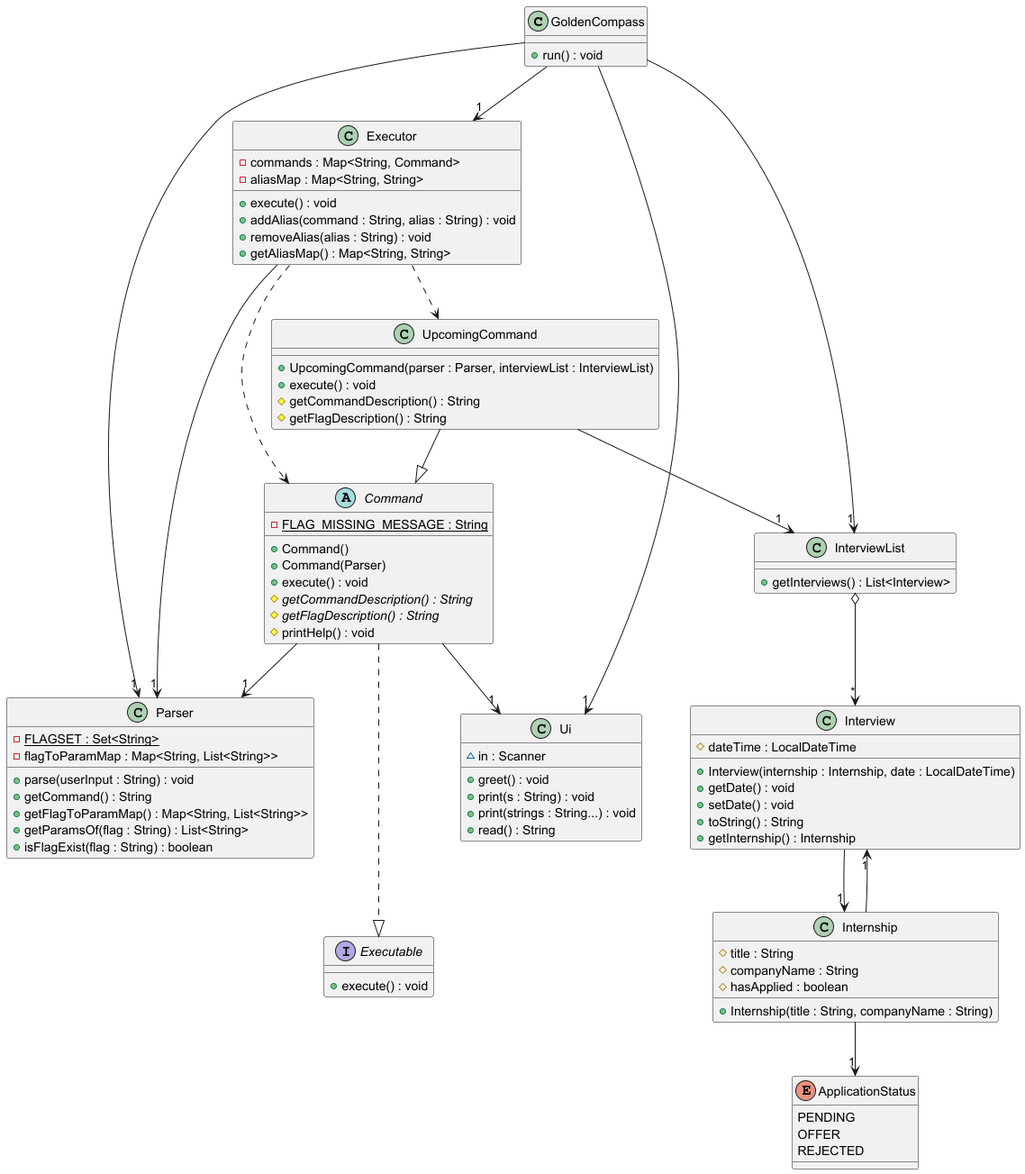
The PlantUML diagram docs/diagrams/UpcomingCommandClassDiagram.png in Yian123330/tp, before a commit. Its diagram source:
```plantuml
@startuml

class GoldenCompass {
    + run() : void
}

class Executor {
    - commands : Map<String, Command>
    - aliasMap : Map<String, String>
    + execute() : void
    + addAlias(command : String, alias : String) : void
    + removeAlias(alias : String) : void
    + getAliasMap() : Map<String, String>
}

interface Executable {
    + execute() : void
}

abstract class Command {
    - <u>FLAG_MISSING_MESSAGE : String
    + Command()
    + Command(Parser)
    + execute() : void
    # getCommandDescription() : String {abstract}
    # getFlagDescription() : String {abstract}
    # printHelp() : void
}

class UpcomingCommand {
    + UpcomingCommand(parser : Parser, interviewList : InterviewList)
    + execute() : void
    # getCommandDescription() : String
    # getFlagDescription() : String
}

class InterviewList {
    + getInterviews() : List<Interview>
}

class Interview {
    # dateTime : LocalDateTime
    + Interview(internship : Internship, date : LocalDateTime)
    + getDate() : void
    + setDate() : void
    + toString() : String
    + getInternship() : Internship
}

class Internship {
    # title : String
    # companyName : String
    # hasApplied : boolean
    + Internship(title : String, companyName : String)
}

enum ApplicationStatus {
    PENDING
    OFFER
    REJECTED
}

class Ui {
    ~ in : Scanner
    + greet() : void
    + print(s : String) : void
    + print(strings : String...) : void
    + read() : String
}

class Parser {
    - <u>FLAGSET : Set<String>
    - flagToParamMap : Map<String, List<String>>
    + parse(userInput : String) : void
    + getCommand() : String
    + getFlagToParamMap() : Map<String, List<String>>
    + getParamsOf(flag : String) : List<String>
    + isFlagExist(flag : String) : boolean
}

GoldenCompass --> "1" Executor
GoldenCompass --> "1" InterviewList
GoldenCompass --> "1" Ui
GoldenCompass --> "1" Parser

Interview --> "1" Internship

Internship --> "1" Interview
Internship --> "1" ApplicationStatus

Executor -.> Command
Executor -.> UpcomingCommand
Executor --> "1" Parser

Command --.|> Executable
UpcomingCommand --|> Command

UpcomingCommand --> "1" InterviewList
InterviewList o--> "*" Interview

Command --> "1" Ui
Command --> "1" Parser

@enduml
```
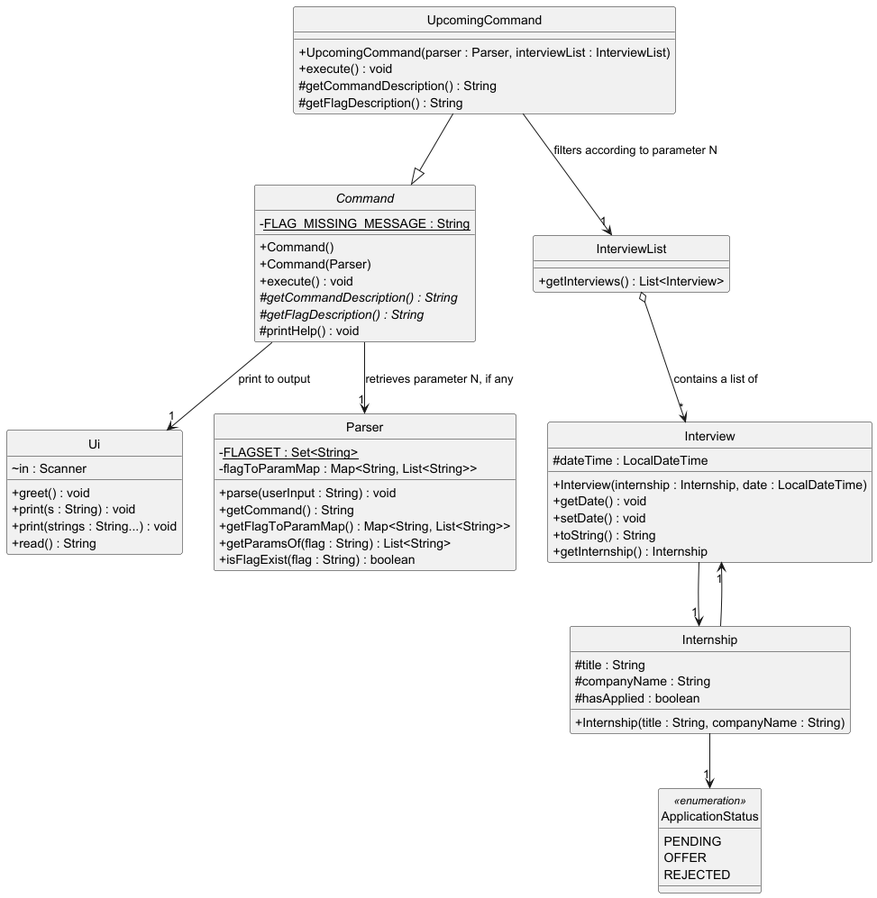
After the commit.

Commit message:
Add design diagrams in DG

Diff of the diagram source:
```diff
@@ -1,21 +1,9 @@
 @startuml
+hide circle
+skinparam classAttributeIconSize 0
 
-class GoldenCompass {
-    + run() : void
-}
 
-class Executor {
-    - commands : Map<String, Command>
-    - aliasMap : Map<String, String>
-    + execute() : void
-    + addAlias(command : String, alias : String) : void
-    + removeAlias(alias : String) : void
-    + getAliasMap() : Map<String, String>
-}
 
-interface Executable {
-    + execute() : void
-}
 
 abstract class Command {
     - <u>FLAG_MISSING_MESSAGE : String
@@ -54,7 +42,7 @@
     + Internship(title : String, companyName : String)
 }
 
-enum ApplicationStatus {
+enum ApplicationStatus <<enumeration>> {
     PENDING
     OFFER
     REJECTED
@@ -78,27 +66,19 @@
     + isFlagExist(flag : String) : boolean
 }
 
-GoldenCompass --> "1" Executor
-GoldenCompass --> "1" InterviewList
-GoldenCompass --> "1" Ui
-GoldenCompass --> "1" Parser
 
 Interview --> "1" Internship
 
 Internship --> "1" Interview
 Internship --> "1" ApplicationStatus
 
-Executor -.> Command
-Executor -.> UpcomingCommand
-Executor --> "1" Parser
 
-Command --.|> Executable
 UpcomingCommand --|> Command
 
-UpcomingCommand --> "1" InterviewList
-InterviewList o--> "*" Interview
+UpcomingCommand --> "1" InterviewList : filters according to parameter N
+InterviewList o--> "*" Interview : contains a list of
 
-Command --> "1" Ui
-Command --> "1" Parser
+Command --> "1" Ui : print to output
+Command --> "1" Parser : retrieves parameter N, if any
 
 @enduml
```
